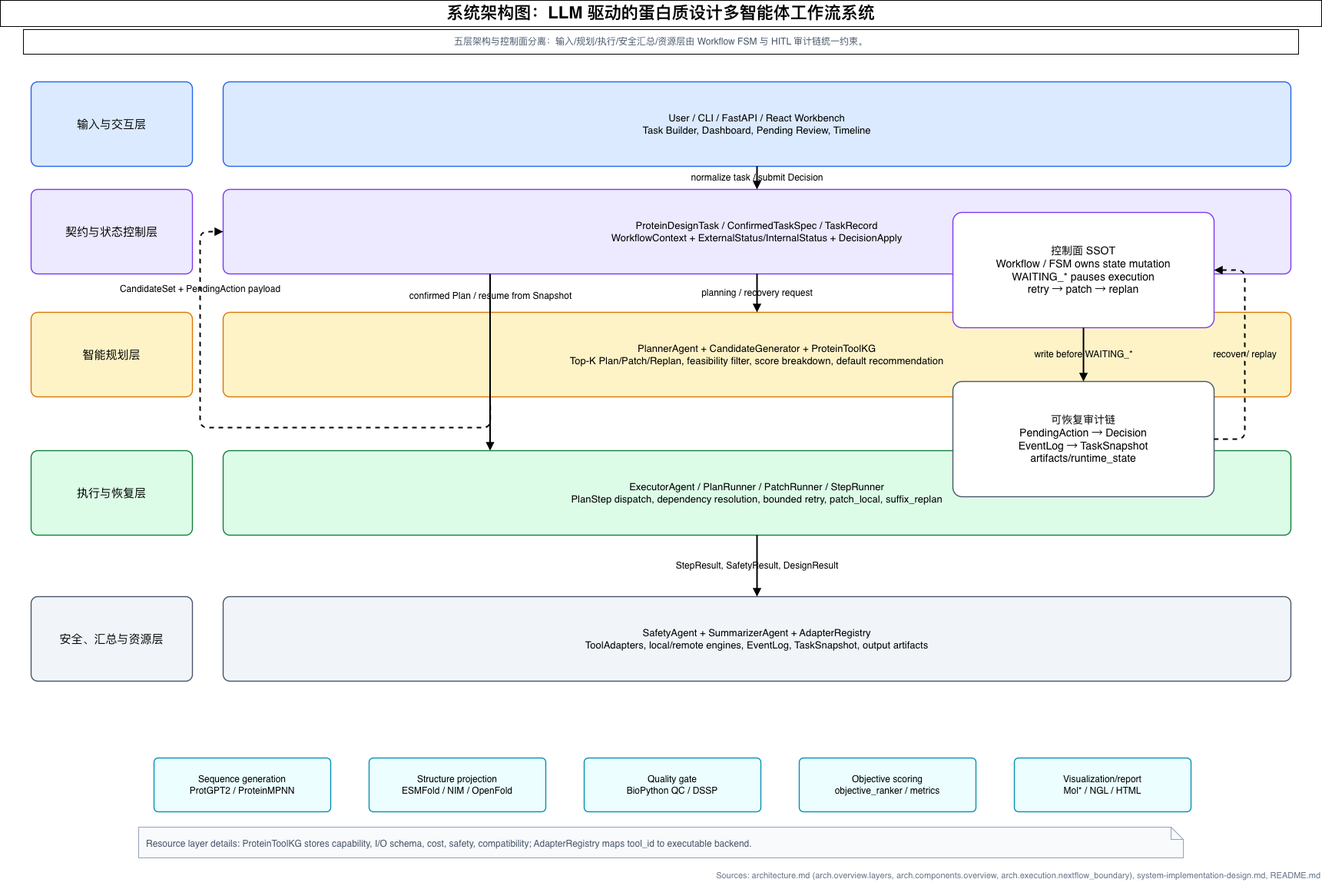
Yuri-Kon/thesis-project keeps this draw.io diagram as paper/figures/system-architecture.drawio.png. Above is the earlier version. Source tidied: cells renumbered, new cells last; positions are measured from the earlier drawing's top-left corner, leaving out a move shared by most shapes.
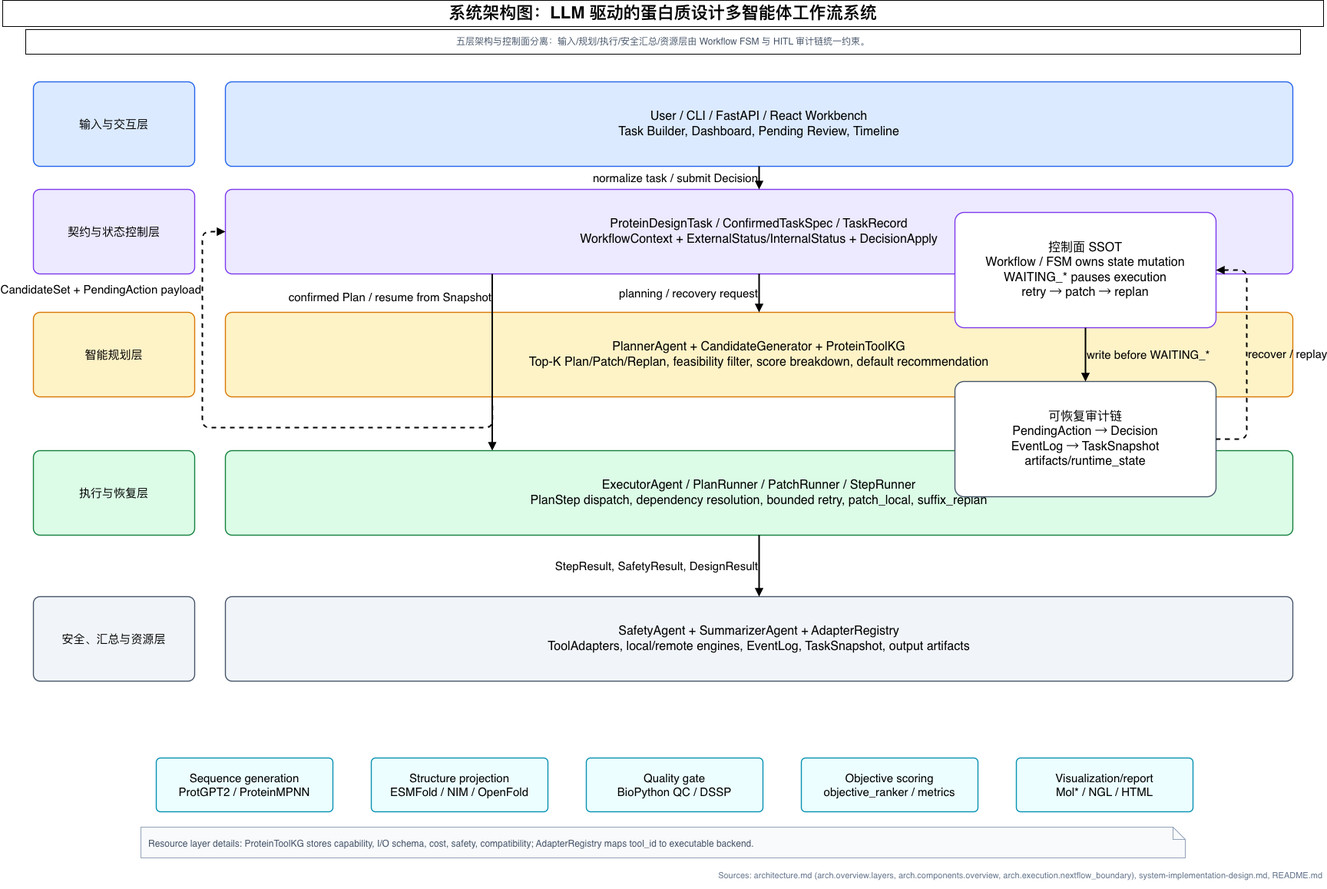
The same diagram one commit later.

Diff of the diagram source:
```diff
@@ -11,40 +11,40 @@
     <mxCell id="4" value="输入与交互层" style="rounded=1;whiteSpace=wrap;html=1;arcSize=8;fillColor=#DBEAFE;strokeColor=#2563EB;strokeWidth=1.4;fontFamily=Helvetica;fontSize=15;align=center;verticalAlign=middle;spacing=8;" parent="1" vertex="1">
       <mxGeometry x="40" y="106" width="210" height="110" as="geometry" />
     </mxCell>
-    <mxCell id="5" value="User / CLI / FastAPI / React Workbench&lt;br&gt;Task Builder, Dashboard, Pending Review, Timeline" style="rounded=1;whiteSpace=wrap;html=1;arcSize=8;fillColor=#DBEAFE;strokeColor=#2563EB;strokeWidth=1.4;fontFamily=Helvetica;fontSize=13;align=center;verticalAlign=middle;spacing=8;" parent="1" vertex="1">
+    <mxCell id="5" value="User / CLI / FastAPI / React Workbench&lt;br&gt;Task Builder, Dashboard, Pending Review, Timeline" style="rounded=1;whiteSpace=wrap;html=1;arcSize=8;fillColor=#DBEAFE;strokeColor=#2563EB;strokeWidth=1.4;fontFamily=Helvetica;fontSize=16;align=center;verticalAlign=middle;spacing=8;" parent="1" vertex="1">
       <mxGeometry x="290" y="106" width="1390" height="110" as="geometry" />
     </mxCell>
     <mxCell id="6" value="契约与状态控制层" style="rounded=1;whiteSpace=wrap;html=1;arcSize=8;fillColor=#EDE9FE;strokeColor=#7C3AED;strokeWidth=1.4;fontFamily=Helvetica;fontSize=15;align=center;verticalAlign=middle;spacing=8;" parent="1" vertex="1">
       <mxGeometry x="40" y="246" width="210" height="110" as="geometry" />
     </mxCell>
-    <mxCell id="7" value="ProteinDesignTask / ConfirmedTaskSpec / TaskRecord&lt;br&gt;WorkflowContext + ExternalStatus/InternalStatus + DecisionApply" style="rounded=1;whiteSpace=wrap;html=1;arcSize=8;fillColor=#EDE9FE;strokeColor=#7C3AED;strokeWidth=1.4;fontFamily=Helvetica;fontSize=13;align=center;verticalAlign=middle;spacing=8;" parent="1" vertex="1">
+    <mxCell id="7" value="ProteinDesignTask / ConfirmedTaskSpec / TaskRecord&lt;br&gt;WorkflowContext + ExternalStatus/InternalStatus + DecisionApply" style="rounded=1;whiteSpace=wrap;html=1;arcSize=8;fillColor=#EDE9FE;strokeColor=#7C3AED;strokeWidth=1.4;fontFamily=Helvetica;fontSize=16;align=center;verticalAlign=middle;spacing=8;" parent="1" vertex="1">
       <mxGeometry x="290" y="246" width="1390" height="110" as="geometry" />
     </mxCell>
     <mxCell id="8" value="智能规划层" style="rounded=1;whiteSpace=wrap;html=1;arcSize=8;fillColor=#FEF3C7;strokeColor=#D97706;strokeWidth=1.4;fontFamily=Helvetica;fontSize=15;align=center;verticalAlign=middle;spacing=8;" parent="1" vertex="1">
       <mxGeometry x="40" y="406" width="210" height="110" as="geometry" />
     </mxCell>
-    <mxCell id="9" value="PlannerAgent + CandidateGenerator + ProteinToolKG&lt;br&gt;Top-K Plan/Patch/Replan, feasibility filter, score breakdown, default recommendation" style="rounded=1;whiteSpace=wrap;html=1;arcSize=8;fillColor=#FEF3C7;strokeColor=#D97706;strokeWidth=1.4;fontFamily=Helvetica;fontSize=13;align=center;verticalAlign=middle;spacing=8;" parent="1" vertex="1">
+    <mxCell id="9" value="PlannerAgent + CandidateGenerator + ProteinToolKG&lt;br&gt;Top-K Plan/Patch/Replan, feasibility filter, score breakdown, default recommendation" style="rounded=1;whiteSpace=wrap;html=1;arcSize=8;fillColor=#FEF3C7;strokeColor=#D97706;strokeWidth=1.4;fontFamily=Helvetica;fontSize=16;align=center;verticalAlign=middle;spacing=8;" parent="1" vertex="1">
       <mxGeometry x="290" y="406" width="1390" height="110" as="geometry" />
     </mxCell>
     <mxCell id="10" value="执行与恢复层" style="rounded=1;whiteSpace=wrap;html=1;arcSize=8;fillColor=#DCFCE7;strokeColor=#15803D;strokeWidth=1.4;fontFamily=Helvetica;fontSize=15;align=center;verticalAlign=middle;spacing=8;" parent="1" vertex="1">
       <mxGeometry x="40" y="586" width="210" height="110" as="geometry" />
     </mxCell>
-    <mxCell id="11" value="ExecutorAgent / PlanRunner / PatchRunner / StepRunner&lt;br&gt;PlanStep dispatch, dependency resolution, bounded retry, patch_local, suffix_replan" style="rounded=1;whiteSpace=wrap;html=1;arcSize=8;fillColor=#DCFCE7;strokeColor=#15803D;strokeWidth=1.4;fontFamily=Helvetica;fontSize=13;align=center;verticalAlign=middle;spacing=8;" parent="1" vertex="1">
+    <mxCell id="11" value="ExecutorAgent / PlanRunner / PatchRunner / StepRunner&lt;br&gt;PlanStep dispatch, dependency resolution, bounded retry, patch_local, suffix_replan" style="rounded=1;whiteSpace=wrap;html=1;arcSize=8;fillColor=#DCFCE7;strokeColor=#15803D;strokeWidth=1.4;fontFamily=Helvetica;fontSize=16;align=center;verticalAlign=middle;spacing=8;" parent="1" vertex="1">
       <mxGeometry x="290" y="586" width="1390" height="110" as="geometry" />
     </mxCell>
     <mxCell id="12" value="安全、汇总与资源层" style="rounded=1;whiteSpace=wrap;html=1;arcSize=8;fillColor=#F1F5F9;strokeColor=#475569;strokeWidth=1.4;fontFamily=Helvetica;fontSize=15;align=center;verticalAlign=middle;spacing=8;" parent="1" vertex="1">
       <mxGeometry x="40" y="776" width="210" height="110" as="geometry" />
     </mxCell>
-    <mxCell id="13" value="SafetyAgent + SummarizerAgent + AdapterRegistry&lt;br&gt;ToolAdapters, local/remote engines, EventLog, TaskSnapshot, output artifacts" style="rounded=1;whiteSpace=wrap;html=1;arcSize=8;fillColor=#F1F5F9;strokeColor=#475569;strokeWidth=1.4;fontFamily=Helvetica;fontSize=13;align=center;verticalAlign=middle;spacing=8;" parent="1" vertex="1">
+    <mxCell id="13" value="SafetyAgent + SummarizerAgent + AdapterRegistry&lt;br&gt;ToolAdapters, local/remote engines, EventLog, TaskSnapshot, output artifacts" style="rounded=1;whiteSpace=wrap;html=1;arcSize=8;fillColor=#F1F5F9;strokeColor=#475569;strokeWidth=1.4;fontFamily=Helvetica;fontSize=16;align=center;verticalAlign=middle;spacing=8;" parent="1" vertex="1">
       <mxGeometry x="290" y="776" width="1390" height="110" as="geometry" />
     </mxCell>
-    <mxCell id="14" value="normalize task / submit Decision" style="endArrow=block;html=1;rounded=1;strokeWidth=2;fontSize=12;fontFamily=Helvetica;labelBackgroundColor=none;" parent="1" edge="1" source="5" target="7">
+    <mxCell id="14" value="normalize task / submit Decision" style="endArrow=block;html=1;rounded=1;strokeWidth=2;fontSize=15;fontFamily=Helvetica;labelBackgroundColor=none;labelPosition=left;verticalLabelPosition=middle;align=right;verticalAlign=middle;" parent="1" edge="1" source="5" target="7">
       <mxGeometry relative="1" as="geometry" />
     </mxCell>
-    <mxCell id="15" value="planning / recovery request" style="endArrow=block;html=1;rounded=1;strokeWidth=2;fontSize=12;fontFamily=Helvetica;labelBackgroundColor=none;entryX=0.5;entryY=0;entryDx=0;entryDy=0;exitX=0.5;exitY=1;exitDx=0;exitDy=0;" parent="1" edge="1" source="7" target="9">
+    <mxCell id="15" value="planning / recovery request" style="endArrow=block;html=1;rounded=1;strokeWidth=2;fontSize=15;fontFamily=Helvetica;labelBackgroundColor=none;entryX=0.5;entryY=0;entryDx=0;entryDy=0;exitX=0.5;exitY=1;exitDx=0;exitDy=0;labelPosition=left;verticalLabelPosition=middle;align=right;verticalAlign=middle;" parent="1" edge="1" source="7" target="9">
       <mxGeometry relative="1" as="geometry" />
     </mxCell>
-    <mxCell id="16" value="CandidateSet + PendingAction payload" style="endArrow=block;html=1;rounded=1;strokeWidth=2;fontSize=12;fontFamily=Helvetica;labelBackgroundColor=none;dashed=1;exitX=0.25;exitY=1;exitDx=0;exitDy=0;entryX=0;entryY=0.5;entryDx=0;entryDy=0;" parent="1" edge="1" source="9" target="7">
+    <mxCell id="16" value="CandidateSet + PendingAction payload" style="endArrow=block;html=1;rounded=1;strokeWidth=2;fontSize=15;fontFamily=Helvetica;labelBackgroundColor=none;dashed=1;exitX=0.25;exitY=1;exitDx=0;exitDy=0;entryX=0;entryY=0.5;entryDx=0;entryDy=0;labelPosition=left;verticalLabelPosition=middle;align=right;verticalAlign=middle;" parent="1" edge="1" source="9" target="7">
       <mxGeometry x="0.7" relative="1" as="geometry">
         <Array as="points">
           <mxPoint x="638" y="556" />
@@ -53,21 +53,21 @@
         </Array>
       </mxGeometry>
     </mxCell>
-    <mxCell id="17" value="confirmed Plan / resume from Snapshot" style="endArrow=block;html=1;rounded=1;strokeWidth=2;fontSize=12;fontFamily=Helvetica;labelBackgroundColor=none;exitX=0.25;exitY=1;exitDx=0;exitDy=0;entryX=0.25;entryY=0;entryDx=0;entryDy=0;" parent="1" edge="1" source="7" target="11">
+    <mxCell id="17" value="confirmed Plan / resume from Snapshot" style="endArrow=block;html=1;rounded=1;strokeWidth=2;fontSize=15;fontFamily=Helvetica;labelBackgroundColor=none;exitX=0.25;exitY=1;exitDx=0;exitDy=0;entryX=0.25;entryY=0;entryDx=0;entryDy=0;labelPosition=left;verticalLabelPosition=middle;align=right;verticalAlign=middle;" parent="1" edge="1" source="7" target="11">
       <mxGeometry x="-0.74" relative="1" as="geometry">
         <mxPoint y="-1" as="offset" />
       </mxGeometry>
     </mxCell>
-    <mxCell id="18" value="StepResult, SafetyResult, DesignResult" style="endArrow=block;html=1;rounded=1;strokeWidth=2;fontSize=12;fontFamily=Helvetica;labelBackgroundColor=none;" parent="1" edge="1" source="11" target="13">
+    <mxCell id="18" value="StepResult, SafetyResult, DesignResult" style="endArrow=block;html=1;rounded=1;strokeWidth=2;fontSize=15;fontFamily=Helvetica;labelBackgroundColor=none;labelPosition=left;verticalLabelPosition=middle;align=right;verticalAlign=middle;" parent="1" edge="1" source="11" target="13">
       <mxGeometry relative="1" as="geometry" />
     </mxCell>
-    <mxCell id="19" value="控制面 SSOT&lt;br&gt;Workflow / FSM owns state mutation&lt;br&gt;WAITING_* pauses execution&lt;br&gt;retry → patch → replan" style="rounded=1;whiteSpace=wrap;html=1;arcSize=8;fillColor=#FFFFFF;strokeColor=#7C3AED;strokeWidth=1.4;fontFamily=Helvetica;fontSize=14;align=center;verticalAlign=middle;spacing=8;" parent="1" vertex="1">
+    <mxCell id="19" value="控制面 SSOT&lt;br&gt;Workflow / FSM owns state mutation&lt;br&gt;WAITING_* pauses execution&lt;br&gt;retry → patch → replan" style="rounded=1;whiteSpace=wrap;html=1;arcSize=8;fillColor=#FFFFFF;strokeColor=#7C3AED;strokeWidth=1.4;fontFamily=Helvetica;fontSize=16;align=center;verticalAlign=middle;spacing=8;" parent="1" vertex="1">
       <mxGeometry x="1240" y="276" width="340" height="150" as="geometry" />
     </mxCell>
-    <mxCell id="20" value="可恢复审计链&lt;br&gt;PendingAction → Decision&lt;br&gt;EventLog → TaskSnapshot&lt;br&gt;artifacts/runtime_state" style="rounded=1;whiteSpace=wrap;html=1;arcSize=8;fillColor=#FFFFFF;strokeColor=#475569;strokeWidth=1.4;fontFamily=Helvetica;fontSize=14;align=center;verticalAlign=middle;spacing=8;" parent="1" vertex="1">
+    <mxCell id="20" value="可恢复审计链&lt;br&gt;PendingAction → Decision&lt;br&gt;EventLog → TaskSnapshot&lt;br&gt;artifacts/runtime_state" style="rounded=1;whiteSpace=wrap;html=1;arcSize=8;fillColor=#FFFFFF;strokeColor=#475569;strokeWidth=1.4;fontFamily=Helvetica;fontSize=16;align=center;verticalAlign=middle;spacing=8;" parent="1" vertex="1">
       <mxGeometry x="1240" y="496" width="340" height="150" as="geometry" />
     </mxCell>
-    <mxCell id="21" value="write before WAITING_*" style="endArrow=block;html=1;rounded=1;strokeWidth=2;fontSize=12;fontFamily=Helvetica;labelBackgroundColor=none;" parent="1" edge="1" source="19" target="20">
+    <mxCell id="21" value="write before WAITING_*" style="endArrow=block;html=1;rounded=1;strokeWidth=2;fontSize=15;fontFamily=Helvetica;labelBackgroundColor=none;labelPosition=right;verticalLabelPosition=middle;align=left;verticalAlign=middle;" parent="1" edge="1" source="19" target="20">
       <mxGeometry relative="1" as="geometry">
         <Array as="points">
           <mxPoint x="1410" y="456" />
@@ -75,7 +75,7 @@
         </Array>
       </mxGeometry>
     </mxCell>
-    <mxCell id="22" value="recover / replay" style="endArrow=block;html=1;rounded=1;strokeWidth=2;fontSize=12;fontFamily=Helvetica;labelBackgroundColor=none;dashed=1;" parent="1" edge="1" source="20" target="19">
+    <mxCell id="22" value="recover / replay" style="endArrow=block;html=1;rounded=1;strokeWidth=2;fontSize=15;fontFamily=Helvetica;labelBackgroundColor=none;dashed=1;labelPosition=right;verticalLabelPosition=middle;align=left;verticalAlign=middle;" parent="1" edge="1" source="20" target="19">
       <mxGeometry relative="1" as="geometry">
         <Array as="points">
           <mxPoint x="1585" y="571" />
@@ -85,19 +85,19 @@
         </Array>
       </mxGeometry>
     </mxCell>
-    <mxCell id="23" value="Sequence generation&lt;br&gt;ProtGPT2 / ProteinMPNN" style="rounded=1;whiteSpace=wrap;html=1;arcSize=8;fillColor=#ECFEFF;strokeColor=#0891B2;strokeWidth=1.4;fontFamily=Helvetica;fontSize=12;align=center;verticalAlign=middle;spacing=8;" parent="1" vertex="1">
+    <mxCell id="23" value="Sequence generation&lt;br&gt;ProtGPT2 / ProteinMPNN" style="rounded=1;whiteSpace=wrap;html=1;arcSize=8;fillColor=#ECFEFF;strokeColor=#0891B2;strokeWidth=1.4;fontFamily=Helvetica;fontSize=15;align=center;verticalAlign=middle;spacing=8;" parent="1" vertex="1">
       <mxGeometry x="200" y="986" width="230" height="70" as="geometry" />
     </mxCell>
-    <mxCell id="24" value="Structure projection&lt;br&gt;ESMFold / NIM / OpenFold" style="rounded=1;whiteSpace=wrap;html=1;arcSize=8;fillColor=#ECFEFF;strokeColor=#0891B2;strokeWidth=1.4;fontFamily=Helvetica;fontSize=12;align=center;verticalAlign=middle;spacing=8;" parent="1" vertex="1">
+    <mxCell id="24" value="Structure projection&lt;br&gt;ESMFold / NIM / OpenFold" style="rounded=1;whiteSpace=wrap;html=1;arcSize=8;fillColor=#ECFEFF;strokeColor=#0891B2;strokeWidth=1.4;fontFamily=Helvetica;fontSize=15;align=center;verticalAlign=middle;spacing=8;" parent="1" vertex="1">
       <mxGeometry x="480" y="986" width="230" height="70" as="geometry" />
     </mxCell>
-    <mxCell id="25" value="Quality gate&lt;br&gt;BioPython QC / DSSP" style="rounded=1;whiteSpace=wrap;html=1;arcSize=8;fillColor=#ECFEFF;strokeColor=#0891B2;strokeWidth=1.4;fontFamily=Helvetica;fontSize=12;align=center;verticalAlign=middle;spacing=8;" parent="1" vertex="1">
+    <mxCell id="25" value="Quality gate&lt;br&gt;BioPython QC / DSSP" style="rounded=1;whiteSpace=wrap;html=1;arcSize=8;fillColor=#ECFEFF;strokeColor=#0891B2;strokeWidth=1.4;fontFamily=Helvetica;fontSize=15;align=center;verticalAlign=middle;spacing=8;" parent="1" vertex="1">
       <mxGeometry x="760" y="986" width="230" height="70" as="geometry" />
     </mxCell>
-    <mxCell id="26" value="Objective scoring&lt;br&gt;objective_ranker / metrics" style="rounded=1;whiteSpace=wrap;html=1;arcSize=8;fillColor=#ECFEFF;strokeColor=#0891B2;strokeWidth=1.4;fontFamily=Helvetica;fontSize=12;align=center;verticalAlign=middle;spacing=8;" parent="1" vertex="1">
+    <mxCell id="26" value="Objective scoring&lt;br&gt;objective_ranker / metrics" style="rounded=1;whiteSpace=wrap;html=1;arcSize=8;fillColor=#ECFEFF;strokeColor=#0891B2;strokeWidth=1.4;fontFamily=Helvetica;fontSize=15;align=center;verticalAlign=middle;spacing=8;" parent="1" vertex="1">
       <mxGeometry x="1040" y="986" width="230" height="70" as="geometry" />
     </mxCell>
-    <mxCell id="27" value="Visualization/report&lt;br&gt;Mol* / NGL / HTML" style="rounded=1;whiteSpace=wrap;html=1;arcSize=8;fillColor=#ECFEFF;strokeColor=#0891B2;strokeWidth=1.4;fontFamily=Helvetica;fontSize=12;align=center;verticalAlign=middle;spacing=8;" parent="1" vertex="1">
+    <mxCell id="27" value="Visualization/report&lt;br&gt;Mol* / NGL / HTML" style="rounded=1;whiteSpace=wrap;html=1;arcSize=8;fillColor=#ECFEFF;strokeColor=#0891B2;strokeWidth=1.4;fontFamily=Helvetica;fontSize=15;align=center;verticalAlign=middle;spacing=8;" parent="1" vertex="1">
       <mxGeometry x="1320" y="986" width="230" height="70" as="geometry" />
     </mxCell>
     <mxCell id="28" value="Resource layer details: ProteinToolKG stores capability, I/O schema, cost, safety, compatibility; AdapterRegistry maps tool_id to executable backend." style="shape=note;whiteSpace=wrap;html=1;size=16;fillColor=#F8FAFC;strokeColor=#94A3B8;fontFamily=Helvetica;fontSize=13;fontSize=12;fontColor=#475569;align=left;verticalAlign=top;spacing=10;" parent="1" vertex="1">
```
